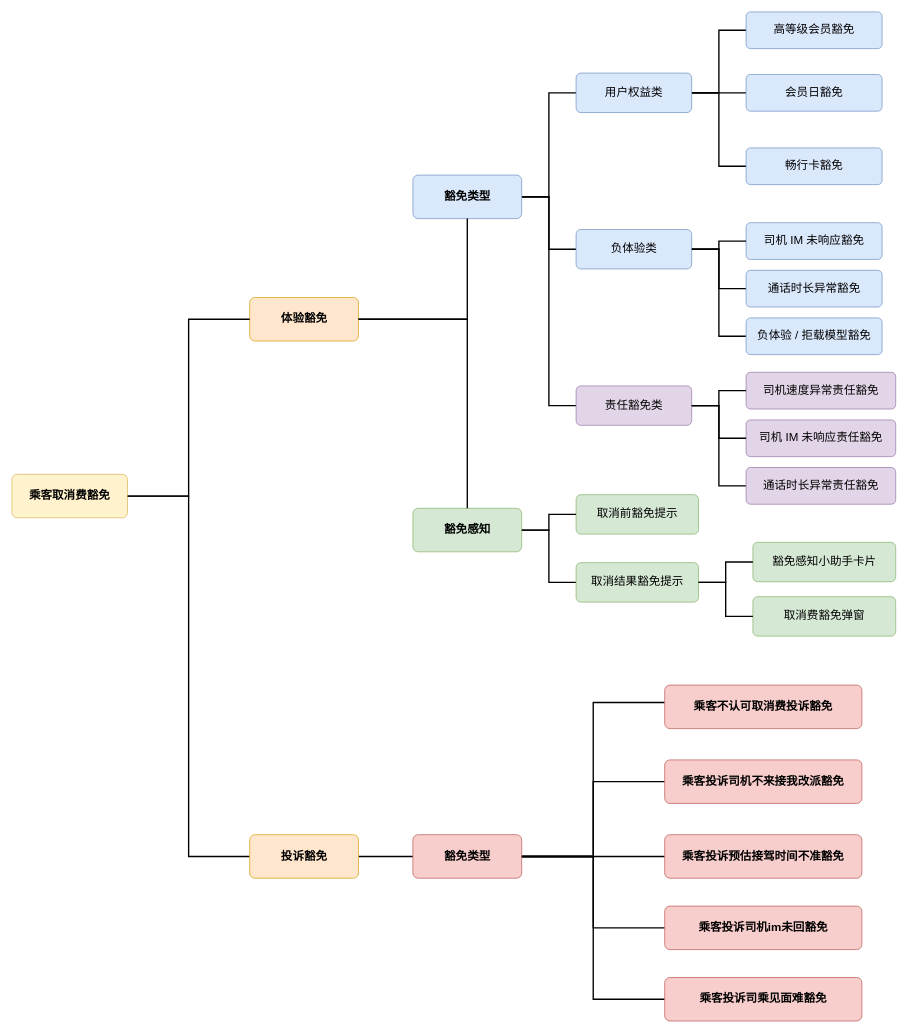
Above: 取消豁免.drawio in EYOKE/hello-world (draw.io), before the change. Source tidied: cells renumbered, new cells numbered last; positions are measured from the earlier drawing's top-left corner, leaving out a move shared by most shapes. Both pictures are drawn from the tidied source at 68%, with x=0, y=0 at pixel (12, 12).
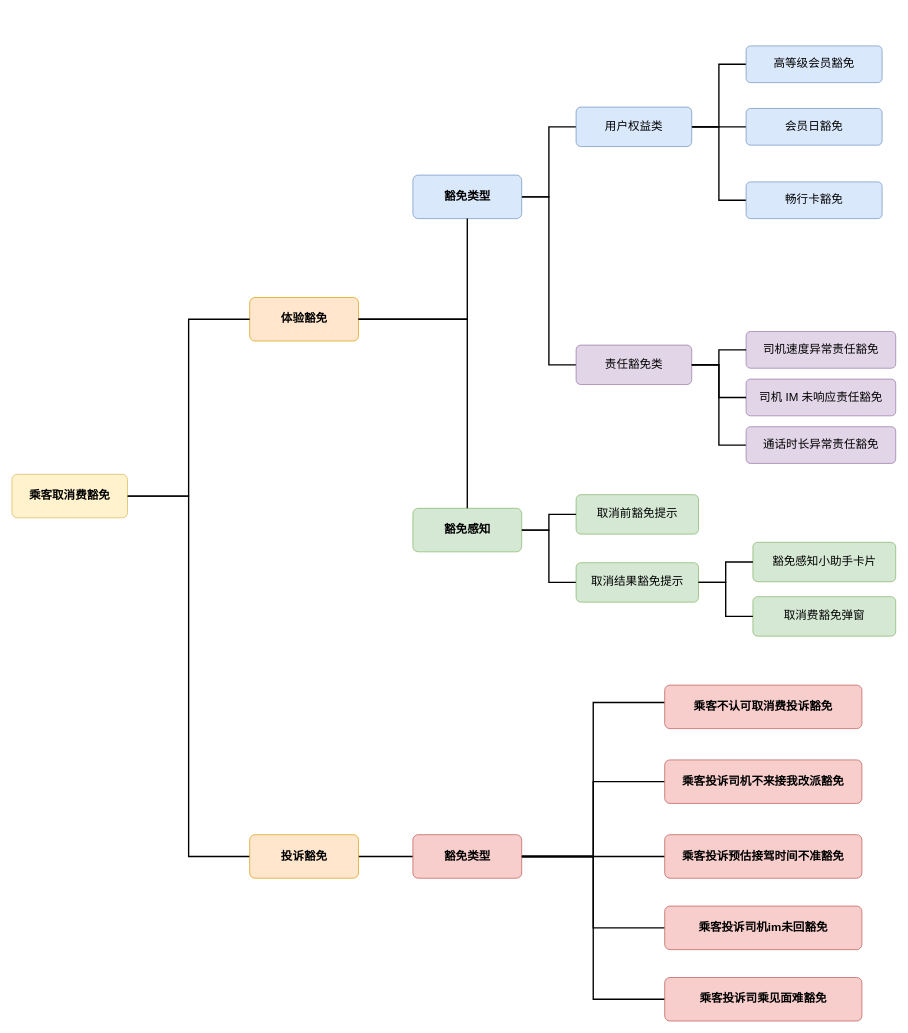
The same diagram, later.

Commit message:
更新取消豁免.drawio

Unchanged cells that the change refers to:
```xml
<mxCell id="8" value="豁免类型" style="rounded=1;whiteSpace=wrap;html=1;fillColor=#dae8fc;strokeColor=#6c8ebf;fontSize=17;fontStyle=1;arcSize=12;" parent="1" vertex="1">
  <mxGeometry x="589.7" y="240" width="160" height="64" as="geometry" />
</mxCell>
```

What changed in the source:
```diff
@@
-    <mxCell id="6" style="edgeStyle=orthogonalEdgeStyle;rounded=0;jettySize=auto;html=1;exitX=1;exitY=0.5;exitDx=0;exitDy=0;entryX=0;entryY=0.5;entryDx=0;entryDy=0;endArrow=none;endFill=0;strokeWidth=2;fontSize=17;" parent="1" edge="1" source="8" target="17">
-      <mxGeometry relative="1" as="geometry" />
-    </mxCell>
@@
     <mxCell id="14" value="用户权益类" style="rounded=1;whiteSpace=wrap;html=1;fillColor=#dae8fc;strokeColor=#6c8ebf;fontSize=17;arcSize=12;" parent="1" vertex="1">
-      <mxGeometry x="829.7" y="90" width="170" height="58" as="geometry" />
+      <mxGeometry x="829.7" y="140" width="170" height="58" as="geometry" />
     </mxCell>
-    <mxCell id="15" style="edgeStyle=orthogonalEdgeStyle;rounded=0;jettySize=auto;html=1;exitX=1;exitY=0.5;exitDx=0;exitDy=0;entryX=0;entryY=0.5;entryDx=0;entryDy=0;endArrow=none;endFill=0;strokeWidth=2;fontSize=17;" parent="1" edge="1" source="17" target="23">
-      <mxGeometry relative="1" as="geometry" />
-    </mxCell>
-    <mxCell id="16" style="edgeStyle=orthogonalEdgeStyle;rounded=0;jettySize=auto;html=1;exitX=1;exitY=0.5;exitDx=0;exitDy=0;entryX=0;entryY=0.5;entryDx=0;entryDy=0;endArrow=none;endFill=0;strokeWidth=2;fontSize=17;" parent="1" edge="1" source="17" target="24">
-      <mxGeometry relative="1" as="geometry" />
-    </mxCell>
-    <mxCell id="17" value="负体验类" style="rounded=1;whiteSpace=wrap;html=1;fillColor=#dae8fc;strokeColor=#6c8ebf;fontSize=17;arcSize=12;" parent="1" vertex="1">
-      <mxGeometry x="829.7" y="320" width="170" height="58" as="geometry" />
-    </mxCell>
@@
     <mxCell id="19" value="责任豁免类" style="rounded=1;whiteSpace=wrap;html=1;fillColor=#e1d5e7;strokeColor=#9673a6;fontSize=17;arcSize=12;" parent="1" vertex="1">
-      <mxGeometry x="829.7" y="550" width="170" height="58" as="geometry" />
+      <mxGeometry x="829.7" y="490" width="170" height="58" as="geometry" />
     </mxCell>
     <mxCell id="20" value="高等级会员豁免" style="rounded=1;whiteSpace=wrap;html=1;fillColor=#dae8fc;strokeColor=#6c8ebf;fontSize=17;arcSize=12;" parent="1" vertex="1">
-      <mxGeometry x="1079.7" width="200" height="54" as="geometry" />
+      <mxGeometry x="1079.7" y="50" width="200" height="54" as="geometry" />
     </mxCell>
     <mxCell id="21" value="畅行卡豁免" style="rounded=1;whiteSpace=wrap;html=1;fillColor=#dae8fc;strokeColor=#6c8ebf;fontSize=17;arcSize=12;" parent="1" vertex="1">
-      <mxGeometry x="1079.7" y="200" width="200" height="54" as="geometry" />
+      <mxGeometry x="1079.7" y="250" width="200" height="54" as="geometry" />
     </mxCell>
-    <mxCell id="22" value="司机 IM 未响应豁免" style="rounded=1;whiteSpace=wrap;html=1;fillColor=#dae8fc;strokeColor=#6c8ebf;fontSize=17;arcSize=12;" parent="1" vertex="1">
-      <mxGeometry x="1079.7" y="310" width="200" height="54" as="geometry" />
-    </mxCell>
-    <mxCell id="23" value="通话时长异常豁免" style="rounded=1;whiteSpace=wrap;html=1;fillColor=#dae8fc;strokeColor=#6c8ebf;fontSize=17;arcSize=12;" parent="1" vertex="1">
-      <mxGeometry x="1079.7" y="380" width="200" height="54" as="geometry" />
-    </mxCell>
-    <mxCell id="24" value="负体验 / 拒载模型豁免" style="rounded=1;whiteSpace=wrap;html=1;fillColor=#dae8fc;strokeColor=#6c8ebf;fontSize=17;arcSize=12;" parent="1" vertex="1">
-      <mxGeometry x="1079.7" y="450" width="200" height="54" as="geometry" />
-    </mxCell>
     <mxCell id="25" value="司机速度异常责任豁免" style="rounded=1;whiteSpace=wrap;html=1;fillColor=#e1d5e7;strokeColor=#9673a6;fontSize=17;arcSize=12;" parent="1" vertex="1">
-      <mxGeometry x="1079.7" y="530" width="220" height="54" as="geometry" />
+      <mxGeometry x="1079.7" y="470" width="220" height="54" as="geometry" />
     </mxCell>
     <mxCell id="26" value="司机 IM 未响应责任豁免" style="rounded=1;whiteSpace=wrap;html=1;fillColor=#e1d5e7;strokeColor=#9673a6;fontSize=17;arcSize=12;" parent="1" vertex="1">
-      <mxGeometry x="1079.7" y="600" width="220" height="54" as="geometry" />
+      <mxGeometry x="1079.7" y="540" width="220" height="54" as="geometry" />
     </mxCell>
     <mxCell id="27" value="通话时长异常责任豁免" style="rounded=1;whiteSpace=wrap;html=1;fillColor=#e1d5e7;strokeColor=#9673a6;fontSize=17;arcSize=12;" parent="1" vertex="1">
-      <mxGeometry x="1079.7" y="670" width="220" height="54" as="geometry" />
+      <mxGeometry x="1079.7" y="610" width="220" height="54" as="geometry" />
     </mxCell>
@@
-    <mxCell id="35" style="edgeStyle=orthogonalEdgeStyle;rounded=0;jettySize=auto;html=1;endArrow=none;endFill=0;strokeWidth=2;fontSize=17;" parent="1" edge="1" source="17" target="22">
-      <mxGeometry relative="1" as="geometry" />
-    </mxCell>
@@
     <mxCell id="41" value="会员日豁免" style="rounded=1;whiteSpace=wrap;html=1;fillColor=#dae8fc;strokeColor=#6c8ebf;fontSize=17;arcSize=12;" parent="1" vertex="1">
-      <mxGeometry x="1079.7" y="92" width="200" height="54" as="geometry" />
+      <mxGeometry x="1079.7" y="142" width="200" height="54" as="geometry" />
     </mxCell>
```
